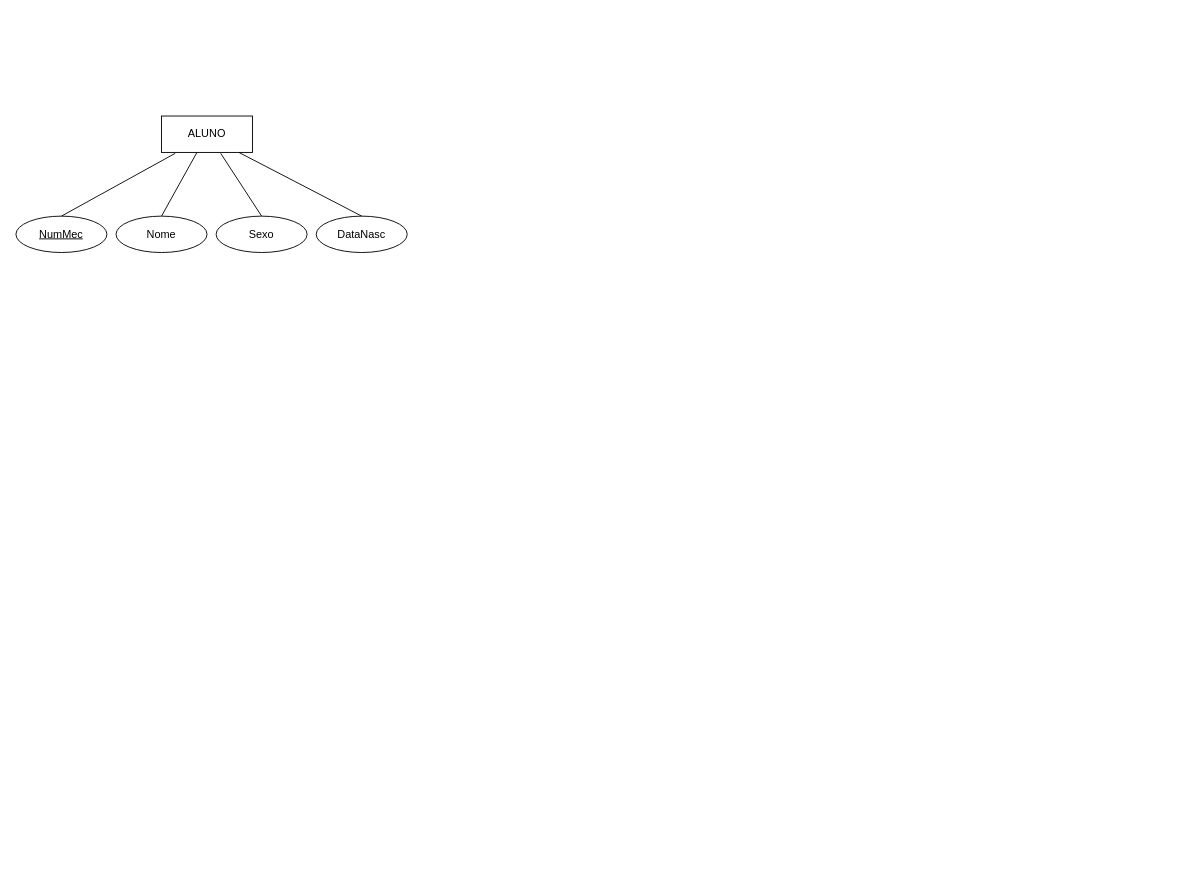
The draw.io diagram DiagramaEscolar.drawio in VascoMatos/diagramas, before the edit. Source tidied: cells renumbered, new cells numbered last; positions are measured from the earlier drawing's top-left corner, leaving out a move shared by most shapes. Both pictures are drawn from the tidied source at 91%, with x=0, y=0 at pixel (15, 116).
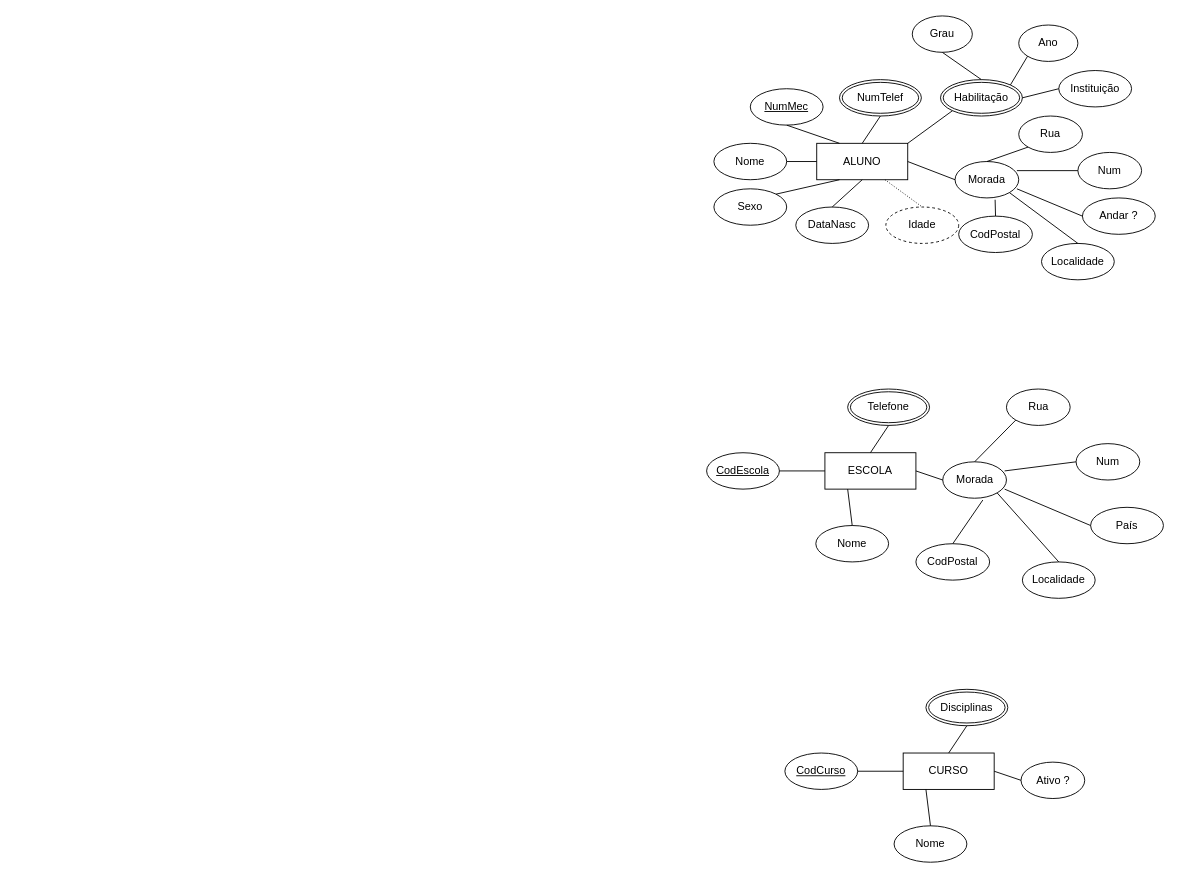
After the change.

What changed in the source:
```diff
@@
     <mxCell id="2" value="ALUNO" style="whiteSpace=wrap;html=1;align=center;" parent="1" vertex="1">
-      <mxGeometry x="160" width="100" height="40" as="geometry" />
+      <mxGeometry x="880" y="30" width="100" height="40" as="geometry" />
     </mxCell>
     <mxCell id="3" value="NumMec" style="ellipse;whiteSpace=wrap;html=1;align=center;fontStyle=4;" parent="1" vertex="1">
-      <mxGeometry y="110" width="100" height="40" as="geometry" />
+      <mxGeometry x="807" y="-30" width="80" height="40" as="geometry" />
     </mxCell>
-    <mxCell id="4" value="Nome" style="ellipse;whiteSpace=wrap;html=1;align=center;" parent="1" vertex="1">
-      <mxGeometry x="110" y="110" width="100" height="40" as="geometry" />
-    </mxCell>
+    <mxCell id="11" value="Nome" style="ellipse;whiteSpace=wrap;html=1;align=center;" parent="1" vertex="1">
+      <mxGeometry x="767" y="30" width="80" height="40" as="geometry" />
+    </mxCell>
     <mxCell id="5" value="Sexo" style="ellipse;whiteSpace=wrap;html=1;align=center;" parent="1" vertex="1">
-      <mxGeometry x="220" y="110" width="100" height="40" as="geometry" />
+      <mxGeometry x="767" y="80" width="80" height="40" as="geometry" />
     </mxCell>
     <mxCell id="6" value="DataNasc" style="ellipse;whiteSpace=wrap;html=1;align=center;" parent="1" vertex="1">
-      <mxGeometry x="330" y="110" width="100" height="40" as="geometry" />
+      <mxGeometry x="857" y="100" width="80" height="40" as="geometry" />
     </mxCell>
-    <mxCell id="7" style="endArrow=none;html=1;rounded=0;exitX=0.15;exitY=1.025;exitDx=0;exitDy=0;entryX=0.5;entryY=0;entryDx=0;entryDy=0;exitPerimeter=0;" parent="1" edge="1" source="2" target="3">
+    <mxCell id="7" style="endArrow=none;html=1;rounded=0;exitX=0.25;exitY=0;exitDx=0;exitDy=0;entryX=0.5;entryY=1;entryDx=0;entryDy=0;" parent="1" edge="1" source="2" target="3">
       <mxGeometry relative="1" as="geometry" />
     </mxCell>
-    <mxCell id="8" style="endArrow=none;html=1;rounded=0;entryX=0.5;entryY=0;entryDx=0;entryDy=0;" parent="1" edge="1" source="2" target="4">
-      <mxGeometry relative="1" as="geometry" />
-    </mxCell>
+    <mxCell id="12" style="endArrow=none;html=1;rounded=0;entryX=1;entryY=0.5;entryDx=0;entryDy=0;exitX=0;exitY=0.5;exitDx=0;exitDy=0;" parent="1" edge="1" source="2" target="11">
+      <mxGeometry relative="1" as="geometry" />
+    </mxCell>
-    <mxCell id="9" style="endArrow=none;html=1;rounded=0;exitX=0.65;exitY=1.025;exitDx=0;exitDy=0;entryX=0.5;entryY=0;entryDx=0;entryDy=0;exitPerimeter=0;" parent="1" edge="1" source="2" target="5">
+    <mxCell id="9" style="endArrow=none;html=1;rounded=0;exitX=0.25;exitY=1;exitDx=0;exitDy=0;entryX=1;entryY=0;entryDx=0;entryDy=0;" parent="1" edge="1" source="2" target="5">
       <mxGeometry relative="1" as="geometry" />
     </mxCell>
-    <mxCell id="10" style="endArrow=none;html=1;rounded=0;exitX=0.85;exitY=1;exitDx=0;exitDy=0;entryX=0.5;entryY=0;entryDx=0;entryDy=0;exitPerimeter=0;" parent="1" edge="1" source="2" target="6">
+    <mxCell id="10" style="endArrow=none;html=1;rounded=0;exitX=0.5;exitY=1;exitDx=0;exitDy=0;entryX=0.5;entryY=0;entryDx=0;entryDy=0;" parent="1" edge="1" source="2" target="6">
       <mxGeometry relative="1" as="geometry" />
     </mxCell>
+    <mxCell id="13" value="Idade" style="ellipse;whiteSpace=wrap;html=1;align=center;dashed=1;" parent="1" vertex="1">
+      <mxGeometry x="956" y="100" width="80" height="40" as="geometry" />
+    </mxCell>
+    <mxCell id="14" style="endArrow=none;html=1;rounded=0;dashed=1;dashPattern=1 2;entryX=0.5;entryY=0;entryDx=0;entryDy=0;exitX=0.75;exitY=1;exitDx=0;exitDy=0;" parent="1" edge="1" source="2" target="13">
+      <mxGeometry relative="1" as="geometry" />
+    </mxCell>
+    <mxCell id="15" style="html=1;whiteSpace=wrap;align=right;verticalAlign=bottom;" parent="14" vertex="1">
+      <mxGeometry x="1" relative="1" as="geometry" />
+    </mxCell>
+    <mxCell id="16" value="Morada" style="ellipse;whiteSpace=wrap;html=1;align=center;" parent="1" vertex="1">
+      <mxGeometry x="1032" y="50" width="70" height="40" as="geometry" />
+    </mxCell>
+    <mxCell id="17" style="endArrow=none;html=1;rounded=0;exitX=0;exitY=0.5;exitDx=0;exitDy=0;entryX=1;entryY=0.5;entryDx=0;entryDy=0;" parent="1" edge="1" source="16" target="2">
+      <mxGeometry relative="1" as="geometry" />
+    </mxCell>
+    <mxCell id="18" value="NumTelef" style="ellipse;shape=doubleEllipse;margin=3;whiteSpace=wrap;html=1;align=center;" parent="1" vertex="1">
+      <mxGeometry x="905" y="-40" width="90" height="40" as="geometry" />
+    </mxCell>
+    <mxCell id="19" style="endArrow=none;html=1;rounded=0;exitX=0.5;exitY=1;exitDx=0;exitDy=0;entryX=0.5;entryY=0;entryDx=0;entryDy=0;" parent="1" edge="1" source="18" target="2">
+      <mxGeometry relative="1" as="geometry" />
+    </mxCell>
+    <mxCell id="20" value="Habilitação" style="ellipse;shape=doubleEllipse;margin=3;whiteSpace=wrap;html=1;align=center;" parent="1" vertex="1">
+      <mxGeometry x="1016" y="-40" width="90" height="40" as="geometry" />
+    </mxCell>
+    <mxCell id="21" style="endArrow=none;html=1;rounded=0;exitX=0;exitY=1;exitDx=0;exitDy=0;entryX=1;entryY=0;entryDx=0;entryDy=0;" parent="1" edge="1" source="20" target="2">
+      <mxGeometry relative="1" as="geometry" />
+    </mxCell>
+    <mxCell id="22" value="Grau" style="ellipse;whiteSpace=wrap;html=1;align=center;" parent="1" vertex="1">
+      <mxGeometry x="985" y="-110" width="66" height="40" as="geometry" />
+    </mxCell>
+    <mxCell id="23" value="Ano" style="ellipse;whiteSpace=wrap;html=1;align=center;" parent="1" vertex="1">
+      <mxGeometry x="1102" y="-100" width="65" height="40" as="geometry" />
+    </mxCell>
+    <mxCell id="24" value="Instituição" style="ellipse;whiteSpace=wrap;html=1;align=center;" parent="1" vertex="1">
+      <mxGeometry x="1146" y="-50" width="80" height="40" as="geometry" />
+    </mxCell>
+    <mxCell id="25" style="endArrow=none;html=1;rounded=0;exitX=0.5;exitY=1;exitDx=0;exitDy=0;entryX=0.5;entryY=0;entryDx=0;entryDy=0;" parent="1" edge="1" source="22" target="20">
+      <mxGeometry relative="1" as="geometry" />
+    </mxCell>
+    <mxCell id="26" style="endArrow=none;html=1;rounded=0;exitX=0;exitY=1;exitDx=0;exitDy=0;entryX=1;entryY=0;entryDx=0;entryDy=0;" parent="1" edge="1" source="23" target="20">
+      <mxGeometry relative="1" as="geometry" />
+    </mxCell>
+    <mxCell id="27" style="endArrow=none;html=1;rounded=0;exitX=0;exitY=0.5;exitDx=0;exitDy=0;entryX=1;entryY=0.5;entryDx=0;entryDy=0;" parent="1" edge="1" source="24" target="20">
+      <mxGeometry relative="1" as="geometry" />
+    </mxCell>
+    <mxCell id="28" value="Rua" style="ellipse;whiteSpace=wrap;html=1;align=center;" parent="1" vertex="1">
+      <mxGeometry x="1102" width="70" height="40" as="geometry" />
+    </mxCell>
+    <mxCell id="29" value="Num" style="ellipse;whiteSpace=wrap;html=1;align=center;" parent="1" vertex="1">
+      <mxGeometry x="1167" y="40" width="70" height="40" as="geometry" />
+    </mxCell>
+    <mxCell id="30" value="Andar ?" style="ellipse;whiteSpace=wrap;html=1;align=center;" parent="1" vertex="1">
+      <mxGeometry x="1172" y="90" width="80" height="40" as="geometry" />
+    </mxCell>
+    <mxCell id="31" value="Localidade" style="ellipse;whiteSpace=wrap;html=1;align=center;" parent="1" vertex="1">
+      <mxGeometry x="1127" y="140" width="80" height="40" as="geometry" />
+    </mxCell>
+    <mxCell id="32" value="CodPostal" style="ellipse;whiteSpace=wrap;html=1;align=center;" parent="1" vertex="1">
+      <mxGeometry x="1036" y="110" width="81" height="40" as="geometry" />
+    </mxCell>
+    <mxCell id="33" style="endArrow=none;html=1;rounded=0;exitX=0;exitY=1;exitDx=0;exitDy=0;entryX=0.5;entryY=0;entryDx=0;entryDy=0;" parent="1" edge="1" source="28" target="16">
+      <mxGeometry relative="1" as="geometry" />
+    </mxCell>
+    <mxCell id="34" style="endArrow=none;html=1;rounded=0;exitX=0;exitY=0.5;exitDx=0;exitDy=0;entryX=0.971;entryY=0.25;entryDx=0;entryDy=0;entryPerimeter=0;" parent="1" edge="1" source="29" target="16">
+      <mxGeometry relative="1" as="geometry" />
+    </mxCell>
+    <mxCell id="35" style="endArrow=none;html=1;rounded=0;exitX=0;exitY=0.5;exitDx=0;exitDy=0;entryX=0.971;entryY=0.75;entryDx=0;entryDy=0;entryPerimeter=0;" parent="1" edge="1" source="30" target="16">
+      <mxGeometry relative="1" as="geometry" />
+    </mxCell>
+    <mxCell id="36" style="endArrow=none;html=1;rounded=0;exitX=0.5;exitY=0;exitDx=0;exitDy=0;entryX=1;entryY=1;entryDx=0;entryDy=0;" parent="1" edge="1" source="31" target="16">
+      <mxGeometry relative="1" as="geometry" />
+    </mxCell>
+    <mxCell id="37" style="endArrow=none;html=1;rounded=0;exitX=0.5;exitY=0;exitDx=0;exitDy=0;entryX=0.629;entryY=1.05;entryDx=0;entryDy=0;entryPerimeter=0;" parent="1" edge="1" source="32" target="16">
+      <mxGeometry relative="1" as="geometry" />
+    </mxCell>
+    <mxCell id="38" value="ESCOLA" style="whiteSpace=wrap;html=1;align=center;" parent="1" vertex="1">
+      <mxGeometry x="889" y="370" width="100" height="40" as="geometry" />
+    </mxCell>
+    <mxCell id="39" value="CodEscola" style="ellipse;whiteSpace=wrap;html=1;align=center;fontStyle=4;" parent="1" vertex="1">
+      <mxGeometry x="759" y="370" width="80" height="40" as="geometry" />
+    </mxCell>
+    <mxCell id="40" value="Nome" style="ellipse;whiteSpace=wrap;html=1;align=center;" parent="1" vertex="1">
+      <mxGeometry x="879" y="450" width="80" height="40" as="geometry" />
+    </mxCell>
+    <mxCell id="41" style="endArrow=none;html=1;rounded=0;exitX=0;exitY=0.5;exitDx=0;exitDy=0;entryX=1;entryY=0.5;entryDx=0;entryDy=0;" parent="1" edge="1" source="38" target="39">
+      <mxGeometry relative="1" as="geometry" />
+    </mxCell>
+    <mxCell id="42" style="endArrow=none;html=1;rounded=0;entryX=0.5;entryY=0;entryDx=0;entryDy=0;exitX=0.25;exitY=1;exitDx=0;exitDy=0;" parent="1" edge="1" source="38" target="40">
+      <mxGeometry relative="1" as="geometry" />
+    </mxCell>
+    <mxCell id="43" value="Morada" style="ellipse;whiteSpace=wrap;html=1;align=center;" parent="1" vertex="1">
+      <mxGeometry x="1018.5" y="380" width="70" height="40" as="geometry" />
+    </mxCell>
+    <mxCell id="44" style="endArrow=none;html=1;rounded=0;exitX=0;exitY=0.5;exitDx=0;exitDy=0;entryX=1;entryY=0.5;entryDx=0;entryDy=0;" parent="1" edge="1" source="43" target="38">
+      <mxGeometry relative="1" as="geometry" />
+    </mxCell>
+    <mxCell id="45" value="Telefone" style="ellipse;shape=doubleEllipse;margin=3;whiteSpace=wrap;html=1;align=center;" parent="1" vertex="1">
+      <mxGeometry x="914" y="300" width="90" height="40" as="geometry" />
+    </mxCell>
+    <mxCell id="46" style="endArrow=none;html=1;rounded=0;exitX=0.5;exitY=1;exitDx=0;exitDy=0;entryX=0.5;entryY=0;entryDx=0;entryDy=0;" parent="1" edge="1" source="45" target="38">
+      <mxGeometry relative="1" as="geometry" />
+    </mxCell>
+    <mxCell id="47" value="Rua" style="ellipse;whiteSpace=wrap;html=1;align=center;" parent="1" vertex="1">
+      <mxGeometry x="1088.5" y="300" width="70" height="40" as="geometry" />
+    </mxCell>
+    <mxCell id="48" value="Num" style="ellipse;whiteSpace=wrap;html=1;align=center;" parent="1" vertex="1">
+      <mxGeometry x="1165" y="360" width="70" height="40" as="geometry" />
+    </mxCell>
+    <mxCell id="49" value="País" style="ellipse;whiteSpace=wrap;html=1;align=center;" parent="1" vertex="1">
+      <mxGeometry x="1181" y="430" width="80" height="40" as="geometry" />
+    </mxCell>
+    <mxCell id="50" value="Localidade" style="ellipse;whiteSpace=wrap;html=1;align=center;" parent="1" vertex="1">
+      <mxGeometry x="1106" y="490" width="80" height="40" as="geometry" />
+    </mxCell>
+    <mxCell id="51" value="CodPostal" style="ellipse;whiteSpace=wrap;html=1;align=center;" parent="1" vertex="1">
+      <mxGeometry x="989" y="470" width="81" height="40" as="geometry" />
+    </mxCell>
+    <mxCell id="52" style="endArrow=none;html=1;rounded=0;exitX=0;exitY=1;exitDx=0;exitDy=0;entryX=0.5;entryY=0;entryDx=0;entryDy=0;" parent="1" edge="1" source="47" target="43">
+      <mxGeometry relative="1" as="geometry" />
+    </mxCell>
+    <mxCell id="53" style="endArrow=none;html=1;rounded=0;exitX=0;exitY=0.5;exitDx=0;exitDy=0;entryX=0.971;entryY=0.25;entryDx=0;entryDy=0;entryPerimeter=0;" parent="1" edge="1" source="48" target="43">
+      <mxGeometry relative="1" as="geometry" />
+    </mxCell>
+    <mxCell id="54" style="endArrow=none;html=1;rounded=0;exitX=0;exitY=0.5;exitDx=0;exitDy=0;entryX=0.971;entryY=0.75;entryDx=0;entryDy=0;entryPerimeter=0;" parent="1" edge="1" source="49" target="43">
+      <mxGeometry relative="1" as="geometry" />
+    </mxCell>
+    <mxCell id="55" style="endArrow=none;html=1;rounded=0;exitX=0.5;exitY=0;exitDx=0;exitDy=0;entryX=1;entryY=1;entryDx=0;entryDy=0;" parent="1" edge="1" source="50" target="43">
+      <mxGeometry relative="1" as="geometry" />
+    </mxCell>
+    <mxCell id="56" style="endArrow=none;html=1;rounded=0;exitX=0.5;exitY=0;exitDx=0;exitDy=0;entryX=0.629;entryY=1.05;entryDx=0;entryDy=0;entryPerimeter=0;" parent="1" edge="1" source="51" target="43">
+      <mxGeometry relative="1" as="geometry" />
+    </mxCell>
+    <mxCell id="57" value="CURSO" style="whiteSpace=wrap;html=1;align=center;" parent="1" vertex="1">
+      <mxGeometry x="975" y="700" width="100" height="40" as="geometry" />
+    </mxCell>
+    <mxCell id="58" value="CodCurso" style="ellipse;whiteSpace=wrap;html=1;align=center;fontStyle=4;" parent="1" vertex="1">
+      <mxGeometry x="845" y="700" width="80" height="40" as="geometry" />
+    </mxCell>
+    <mxCell id="59" value="Nome" style="ellipse;whiteSpace=wrap;html=1;align=center;" parent="1" vertex="1">
+      <mxGeometry x="965" y="780" width="80" height="40" as="geometry" />
+    </mxCell>
+    <mxCell id="60" style="endArrow=none;html=1;rounded=0;exitX=0;exitY=0.5;exitDx=0;exitDy=0;entryX=1;entryY=0.5;entryDx=0;entryDy=0;" parent="1" edge="1" source="57" target="58">
+      <mxGeometry relative="1" as="geometry" />
+    </mxCell>
+    <mxCell id="61" style="endArrow=none;html=1;rounded=0;entryX=0.5;entryY=0;entryDx=0;entryDy=0;exitX=0.25;exitY=1;exitDx=0;exitDy=0;" parent="1" edge="1" source="57" target="59">
+      <mxGeometry relative="1" as="geometry" />
+    </mxCell>
+    <mxCell id="62" value="Ativo ?" style="ellipse;whiteSpace=wrap;html=1;align=center;" parent="1" vertex="1">
+      <mxGeometry x="1104.5" y="710" width="70" height="40" as="geometry" />
+    </mxCell>
+    <mxCell id="63" style="endArrow=none;html=1;rounded=0;exitX=0;exitY=0.5;exitDx=0;exitDy=0;entryX=1;entryY=0.5;entryDx=0;entryDy=0;" parent="1" edge="1" source="62" target="57">
+      <mxGeometry relative="1" as="geometry" />
+    </mxCell>
+    <mxCell id="64" value="Disciplinas" style="ellipse;shape=doubleEllipse;margin=3;whiteSpace=wrap;html=1;align=center;" parent="1" vertex="1">
+      <mxGeometry x="1000" y="630" width="90" height="40" as="geometry" />
+    </mxCell>
+    <mxCell id="65" style="endArrow=none;html=1;rounded=0;exitX=0.5;exitY=1;exitDx=0;exitDy=0;entryX=0.5;entryY=0;entryDx=0;entryDy=0;" parent="1" edge="1" source="64" target="57">
+      <mxGeometry relative="1" as="geometry" />
+    </mxCell>
```
